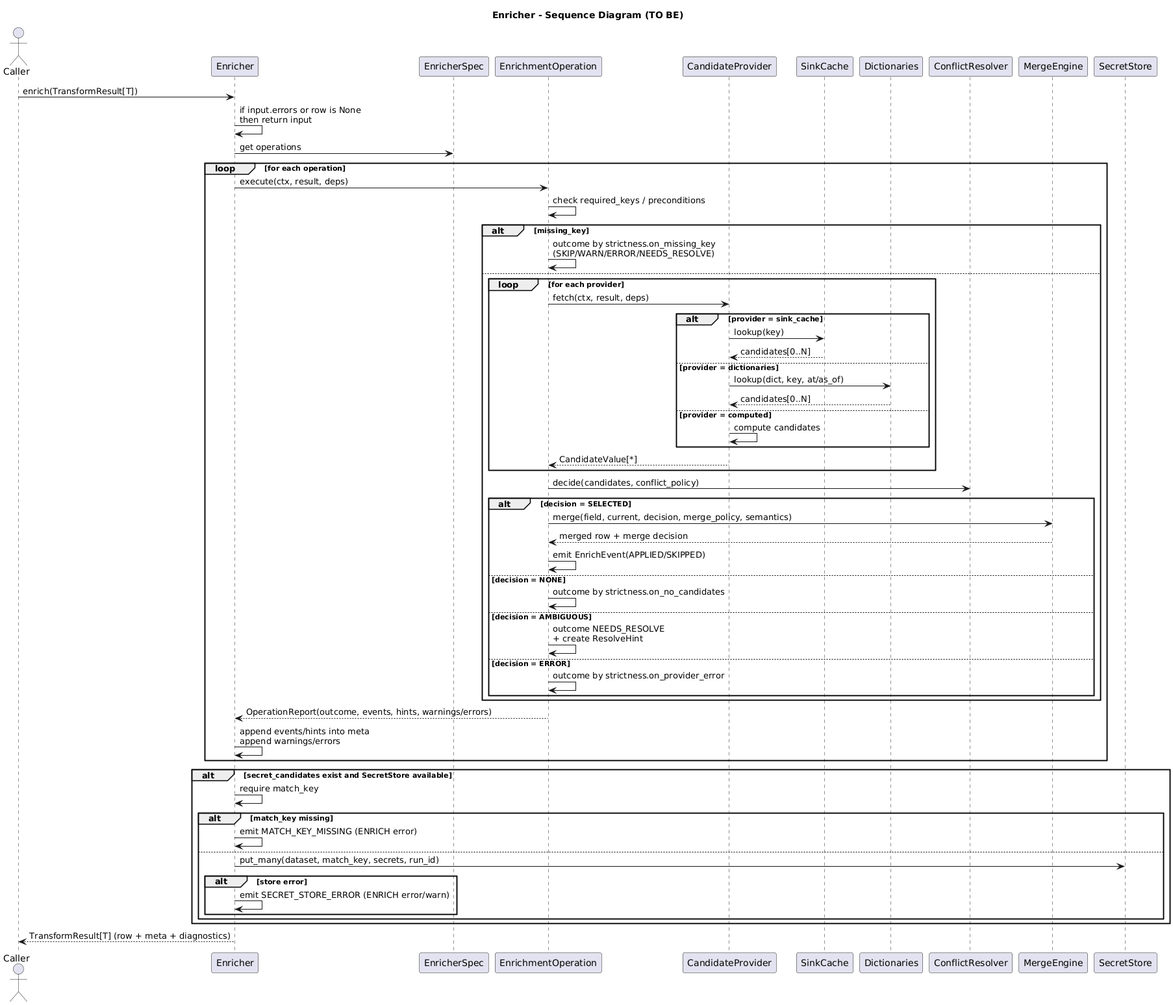
xORex-LC/nexus-etl keeps this PlantUML diagram as docs/uml/transform/enricher/enricher_sequence.png. Above is the earlier version. Its source is kept beside it as docs/uml/transform/enricher/enricher_sequence.puml. The source it was exported from:
```plantuml
@startuml
title Enricher - Sequence Diagram (TO BE)

actor Caller
participant Enricher
participant EnricherSpec
participant "EnrichmentOperation" as Op
participant "CandidateProvider" as Provider
participant SinkCache
participant Dictionaries
participant ConflictResolver
participant MergeEngine
participant SecretStore

Caller -> Enricher: enrich(TransformResult[T])
Enricher -> Enricher: if input.errors or row is None\nthen return input

Enricher -> EnricherSpec: get operations
loop for each operation
  Enricher -> Op: execute(ctx, result, deps)
  Op -> Op: check required_keys / preconditions

  alt missing_key
    Op -> Op: outcome by strictness.on_missing_key\n(SKIP/WARN/ERROR/NEEDS_RESOLVE)
  else
    loop for each provider
      Op -> Provider: fetch(ctx, result, deps)
      alt provider = sink_cache
        Provider -> SinkCache: lookup(key)
        SinkCache --> Provider: candidates[0..N]
      else provider = dictionaries
        Provider -> Dictionaries: lookup(dict, key, at/as_of)
        Dictionaries --> Provider: candidates[0..N]
      else provider = computed
        Provider -> Provider: compute candidates
      end
      Provider --> Op: CandidateValue[*]
    end

    Op -> ConflictResolver: decide(candidates, conflict_policy)

    alt decision = SELECTED
      Op -> MergeEngine: merge(field, current, decision, merge_policy, semantics)
      MergeEngine --> Op: merged row + merge decision
      Op -> Op: emit EnrichEvent(APPLIED/SKIPPED)
    else decision = NONE
      Op -> Op: outcome by strictness.on_no_candidates
    else decision = AMBIGUOUS
      Op -> Op: outcome NEEDS_RESOLVE\n+ create ResolveHint
    else decision = ERROR
      Op -> Op: outcome by strictness.on_provider_error
    end
  end

  Op --> Enricher: OperationReport(outcome, events, hints, warnings/errors)
  Enricher -> Enricher: append events/hints into meta\nappend warnings/errors
end

alt secret_candidates exist and SecretStore available
  Enricher -> Enricher: require match_key
  alt match_key missing
    Enricher -> Enricher: emit MATCH_KEY_MISSING (ENRICH error)
  else
    Enricher -> SecretStore: put_many(dataset, match_key, secrets, run_id)
    alt store error
      Enricher -> Enricher: emit SECRET_STORE_ERROR (ENRICH error/warn)
    end
  end
end

Enricher --> Caller: TransformResult[T] (row + meta + diagnostics)
@enduml
```
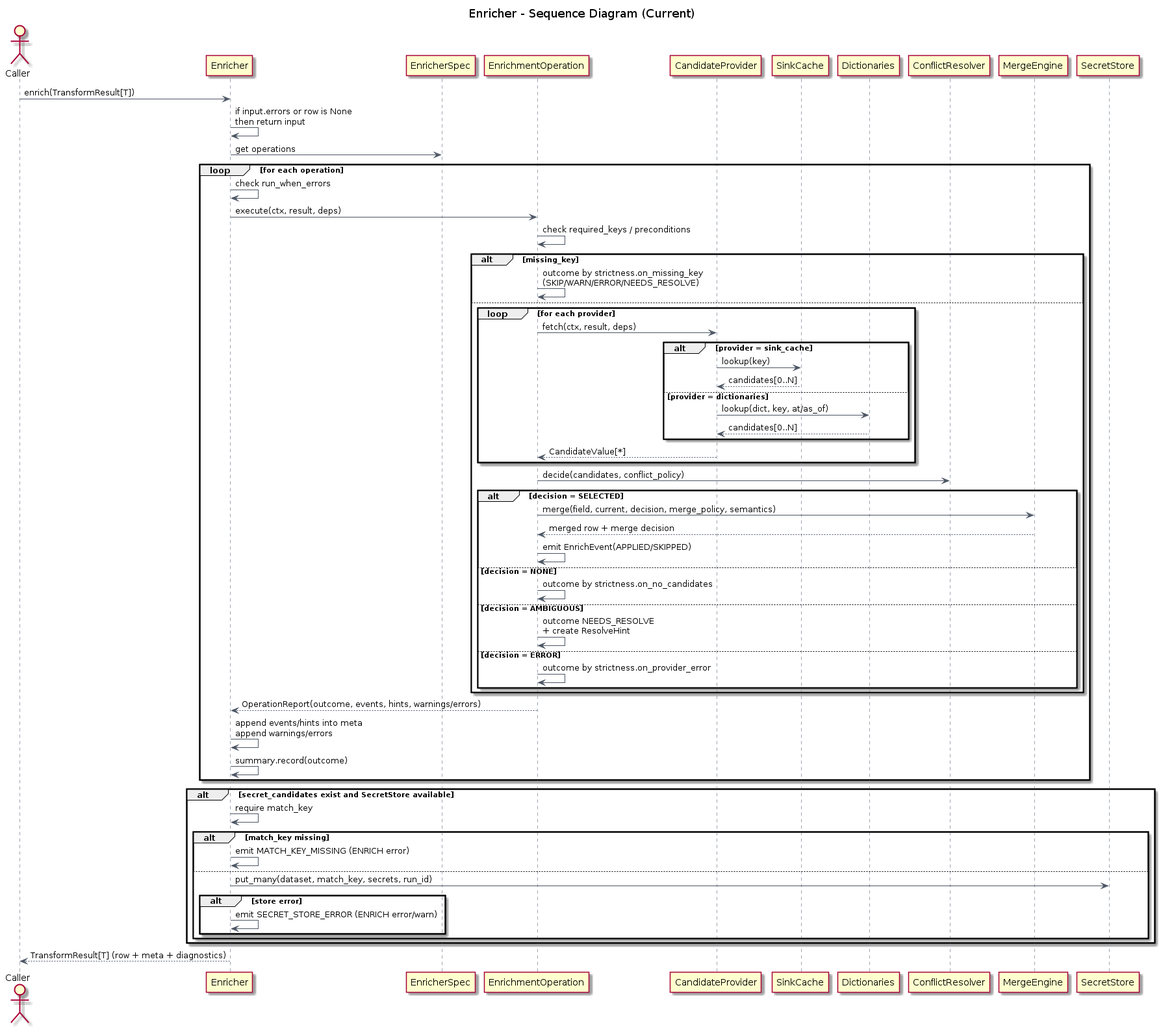
Above is the later version.

The edit, as a diff of the source:
```diff
@@ -1,5 +1,12 @@
 @startuml
-title Enricher - Sequence Diagram (TO BE)
+title Enricher - Sequence Diagram (Current)
+skinparam backgroundColor white
+skinparam linetype ortho
+skinparam defaultFontName Arial
+skinparam sequence {
+  ArrowColor #4b5563
+  LifeLineBorderColor #9ca3af
+}
 
 actor Caller
 participant Enricher
@@ -17,6 +24,7 @@
 
 Enricher -> EnricherSpec: get operations
 loop for each operation
+  Enricher -> Enricher: check run_when_errors
   Enricher -> Op: execute(ctx, result, deps)
   Op -> Op: check required_keys / preconditions
 
@@ -31,8 +39,6 @@
       else provider = dictionaries
         Provider -> Dictionaries: lookup(dict, key, at/as_of)
         Dictionaries --> Provider: candidates[0..N]
-      else provider = computed
-        Provider -> Provider: compute candidates
       end
       Provider --> Op: CandidateValue[*]
     end
@@ -54,6 +60,7 @@
 
   Op --> Enricher: OperationReport(outcome, events, hints, warnings/errors)
   Enricher -> Enricher: append events/hints into meta\nappend warnings/errors
+  Enricher -> Enricher: summary.record(outcome)
 end
 
 alt secret_candidates exist and SecretStore available
```
